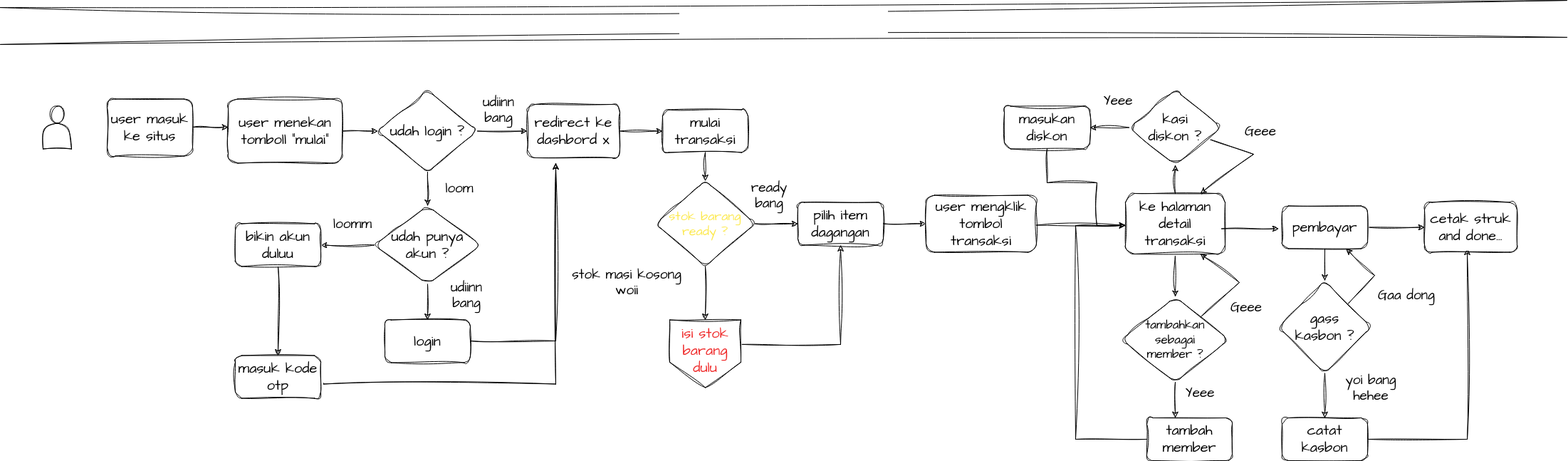
This is Untitled Diagram.drawio.png from Petrichor-Dev/mypos, a draw.io export, as it was before one commit. Source tidied: cells renumbered, new cells last; positions are measured from the earlier drawing's top-left corner, leaving out a move shared by most shapes.
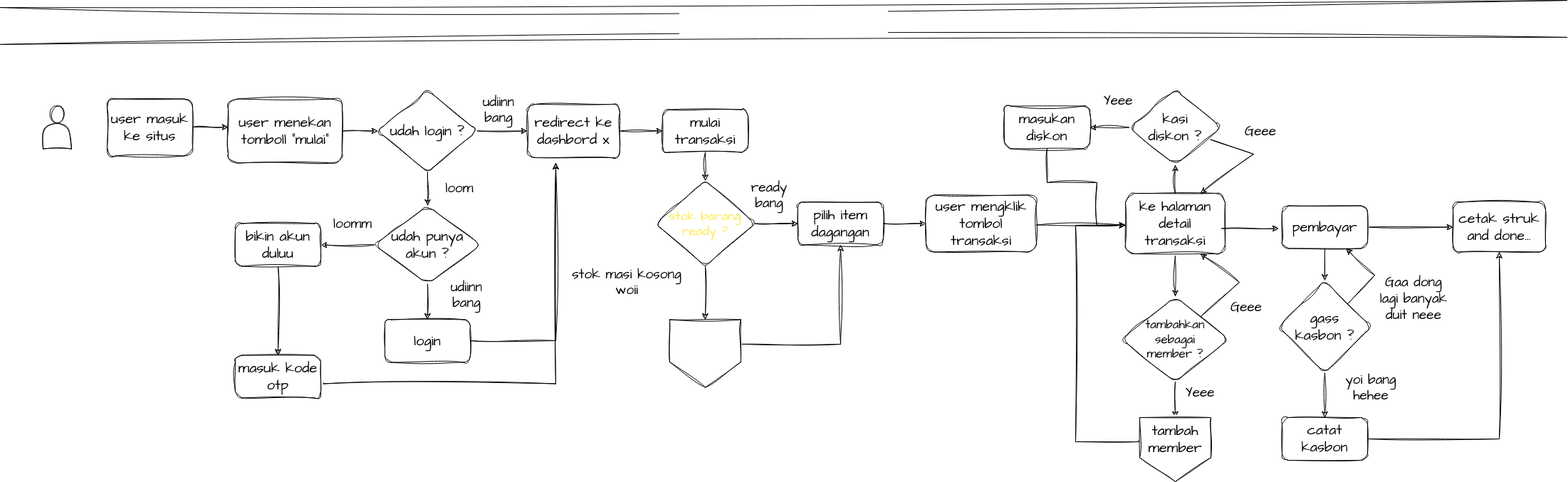
The same diagram one commit later.

What changed in the source:
```diff
@@ -141,10 +141,8 @@
     <mxCell id="41" value="&lt;div&gt;kasi &lt;br&gt;&lt;/div&gt;&lt;div&gt;diskon ?&lt;br&gt;&lt;/div&gt;" style="rhombus;whiteSpace=wrap;html=1;fontSize=20;fontFamily=Architects Daughter;rounded=1;sketch=1;curveFitting=1;jiggle=2;hachureGap=4;fontSource=https%3A%2F%2Ffonts.googleapis.com%2Fcss%3Ffamily%3DArchitects%2BDaughter;spacing=2;labelBackgroundColor=none;" parent="1" vertex="1">
       <mxGeometry x="1585" y="100" width="130" height="105" as="geometry" />
     </mxCell>
-    <mxCell id="42" style="edgeStyle=orthogonalEdgeStyle;rounded=0;sketch=1;hachureGap=4;jiggle=2;curveFitting=1;jettySize=auto;html=1;fontFamily=Architects Daughter;fontSource=https%3A%2F%2Ffonts.googleapis.com%2Fcss%3Ffamily%3DArchitects%2BDaughter;fontSize=17;fontColor=default;labelBackgroundColor=none;" parent="1" edge="1" source="44">
-      <mxGeometry relative="1" as="geometry">
-        <mxPoint x="1650" y="560" as="targetPoint" />
-      </mxGeometry>
+    <mxCell id="42" style="edgeStyle=orthogonalEdgeStyle;rounded=0;sketch=1;hachureGap=4;jiggle=2;curveFitting=1;jettySize=auto;html=1;fontFamily=Architects Daughter;fontSource=https%3A%2F%2Ffonts.googleapis.com%2Fcss%3Ffamily%3DArchitects%2BDaughter;fontSize=17;fontColor=default;labelBackgroundColor=none;entryX=0.5;entryY=0;entryDx=0;entryDy=0;" parent="1" edge="1" source="44" target="54">
+      <mxGeometry relative="1" as="geometry" />
     </mxCell>
     <mxCell id="43" style="edgeStyle=none;rounded=0;sketch=1;hachureGap=4;jiggle=2;curveFitting=1;jettySize=auto;html=1;fontFamily=Architects Daughter;fontSource=https%3A%2F%2Ffonts.googleapis.com%2Fcss%3Ffamily%3DArchitects%2BDaughter;fontSize=16;entryX=0.75;entryY=1;entryDx=0;entryDy=0;" parent="1" edge="1" source="44" target="38">
       <mxGeometry relative="1" as="geometry">
@@ -159,10 +157,8 @@
     <mxCell id="45" style="edgeStyle=orthogonalEdgeStyle;rounded=0;sketch=1;hachureGap=4;jiggle=2;curveFitting=1;jettySize=auto;html=1;fontFamily=Architects Daughter;fontSource=https%3A%2F%2Ffonts.googleapis.com%2Fcss%3Ffamily%3DArchitects%2BDaughter;fontSize=17;fontColor=default;labelBackgroundColor=none;" parent="1" edge="1" source="47" target="57">
       <mxGeometry relative="1" as="geometry" />
     </mxCell>
-    <mxCell id="46" style="edgeStyle=orthogonalEdgeStyle;rounded=0;sketch=1;hachureGap=4;jiggle=2;curveFitting=1;jettySize=auto;html=1;fontFamily=Architects Daughter;fontSource=https%3A%2F%2Ffonts.googleapis.com%2Fcss%3Ffamily%3DArchitects%2BDaughter;fontSize=17;fontColor=default;labelBackgroundColor=none;" parent="1" edge="1" source="47">
-      <mxGeometry relative="1" as="geometry">
-        <mxPoint x="2000" y="292.5" as="targetPoint" />
-      </mxGeometry>
+    <mxCell id="46" style="edgeStyle=orthogonalEdgeStyle;rounded=0;sketch=1;hachureGap=4;jiggle=2;curveFitting=1;jettySize=auto;html=1;fontFamily=Architects Daughter;fontSource=https%3A%2F%2Ffonts.googleapis.com%2Fcss%3Ffamily%3DArchitects%2BDaughter;fontSize=17;fontColor=default;labelBackgroundColor=none;entryX=0;entryY=0.5;entryDx=0;entryDy=0;" parent="1" edge="1" source="47" target="60">
+      <mxGeometry relative="1" as="geometry" />
     </mxCell>
     <mxCell id="47" value="pembayar" style="whiteSpace=wrap;html=1;fontSize=20;fontFamily=Architects Daughter;rounded=1;sketch=1;curveFitting=1;jiggle=2;hachureGap=4;fontSource=https%3A%2F%2Ffonts.googleapis.com%2Fcss%3Ffamily%3DArchitects%2BDaughter;spacing=2;labelBackgroundColor=none;" parent="1" vertex="1">
       <mxGeometry x="1800" y="262.5" width="120" height="60" as="geometry" />
@@ -192,18 +188,15 @@
     <mxCell id="52" value="&lt;font style=&quot;font-size: 19px;&quot;&gt;Yeee&lt;/font&gt;" style="text;strokeColor=none;align=center;fillColor=none;html=1;verticalAlign=middle;whiteSpace=wrap;rounded=0;sketch=1;hachureGap=4;jiggle=2;curveFitting=1;fontFamily=Architects Daughter;fontSource=https%3A%2F%2Ffonts.googleapis.com%2Fcss%3Ffamily%3DArchitects%2BDaughter;fontSize=19;labelBackgroundColor=none;" parent="1" vertex="1">
       <mxGeometry x="1655" y="510" width="60" height="30" as="geometry" />
     </mxCell>
-    <mxCell id="53" style="edgeStyle=orthogonalEdgeStyle;rounded=0;sketch=1;hachureGap=4;jiggle=2;curveFitting=1;jettySize=auto;html=1;fontFamily=Architects Daughter;fontSource=https%3A%2F%2Ffonts.googleapis.com%2Fcss%3Ffamily%3DArchitects%2BDaughter;fontSize=17;fontColor=default;labelBackgroundColor=none;exitX=0;exitY=0.5;exitDx=0;exitDy=0;" parent="1" edge="1" source="54">
+    <mxCell id="53" style="edgeStyle=orthogonalEdgeStyle;rounded=0;sketch=1;hachureGap=4;jiggle=2;curveFitting=1;jettySize=auto;html=1;fontFamily=Architects Daughter;fontSource=https%3A%2F%2Ffonts.googleapis.com%2Fcss%3Ffamily%3DArchitects%2BDaughter;fontSize=17;fontColor=default;labelBackgroundColor=none;exitX=-0.013;exitY=0.362;exitDx=0;exitDy=0;exitPerimeter=0;" parent="1" edge="1" source="54">
       <mxGeometry relative="1" as="geometry">
         <mxPoint x="1580" y="290" as="targetPoint" />
         <Array as="points">
-          <mxPoint x="1510" y="590.5" />
-          <mxPoint x="1510" y="290.5" />
+          <mxPoint x="1510" y="594" />
+          <mxPoint x="1510" y="290" />
         </Array>
       </mxGeometry>
     </mxCell>
-    <mxCell id="54" value="tambah member" style="whiteSpace=wrap;html=1;fontSize=20;fontFamily=Architects Daughter;rounded=1;sketch=1;curveFitting=1;jiggle=2;hachureGap=4;fontSource=https%3A%2F%2Ffonts.googleapis.com%2Fcss%3Ffamily%3DArchitects%2BDaughter;spacing=2;labelBackgroundColor=none;" parent="1" vertex="1">
-      <mxGeometry x="1610" y="560" width="120" height="60" as="geometry" />
-    </mxCell>
     <mxCell id="55" style="edgeStyle=orthogonalEdgeStyle;rounded=0;sketch=1;hachureGap=4;jiggle=2;curveFitting=1;jettySize=auto;html=1;fontFamily=Architects Daughter;fontSource=https%3A%2F%2Ffonts.googleapis.com%2Fcss%3Ffamily%3DArchitects%2BDaughter;fontSize=17;fontColor=default;labelBackgroundColor=none;" parent="1" edge="1" source="57" target="59">
       <mxGeometry relative="1" as="geometry" />
     </mxCell>
@@ -217,16 +210,14 @@
     <mxCell id="57" value="&lt;div&gt;gass&lt;/div&gt;&lt;div&gt;kasbon ?&lt;br&gt;&lt;/div&gt;" style="rhombus;whiteSpace=wrap;html=1;fontSize=20;fontFamily=Architects Daughter;rounded=1;sketch=1;curveFitting=1;jiggle=2;hachureGap=4;fontSource=https%3A%2F%2Ffonts.googleapis.com%2Fcss%3Ffamily%3DArchitects%2BDaughter;spacing=2;labelBackgroundColor=none;" parent="1" vertex="1">
       <mxGeometry x="1795" y="367.5" width="130" height="130" as="geometry" />
     </mxCell>
-    <mxCell id="58" style="edgeStyle=orthogonalEdgeStyle;rounded=0;sketch=1;hachureGap=4;jiggle=2;curveFitting=1;jettySize=auto;html=1;fontFamily=Architects Daughter;fontSource=https%3A%2F%2Ffonts.googleapis.com%2Fcss%3Ffamily%3DArchitects%2BDaughter;fontSize=17;fontColor=default;entryX=0.5;entryY=1;entryDx=0;entryDy=0;labelBackgroundColor=none;" parent="1" edge="1" source="59">
-      <mxGeometry relative="1" as="geometry">
-        <mxPoint x="2060" y="322.5" as="targetPoint" />
-      </mxGeometry>
+    <mxCell id="58" style="edgeStyle=orthogonalEdgeStyle;rounded=0;sketch=1;hachureGap=4;jiggle=2;curveFitting=1;jettySize=auto;html=1;fontFamily=Architects Daughter;fontSource=https%3A%2F%2Ffonts.googleapis.com%2Fcss%3Ffamily%3DArchitects%2BDaughter;fontSize=17;fontColor=default;entryX=0.5;entryY=1;entryDx=0;entryDy=0;labelBackgroundColor=none;" parent="1" edge="1" source="59" target="60">
+      <mxGeometry relative="1" as="geometry" />
     </mxCell>
     <mxCell id="59" value="catat kasbon" style="whiteSpace=wrap;html=1;fontSize=20;fontFamily=Architects Daughter;rounded=1;sketch=1;curveFitting=1;jiggle=2;hachureGap=4;fontSource=https%3A%2F%2Ffonts.googleapis.com%2Fcss%3Ffamily%3DArchitects%2BDaughter;spacing=2;labelBackgroundColor=none;" parent="1" vertex="1">
       <mxGeometry x="1800" y="560" width="120" height="60" as="geometry" />
     </mxCell>
     <mxCell id="60" value="&lt;div&gt;cetak struk &lt;br&gt;&lt;/div&gt;&lt;div&gt;and done...&lt;br&gt;&lt;/div&gt;" style="whiteSpace=wrap;html=1;fontSize=20;fontFamily=Architects Daughter;rounded=1;sketch=1;curveFitting=1;jiggle=2;hachureGap=4;fontSource=https%3A%2F%2Ffonts.googleapis.com%2Fcss%3Ffamily%3DArchitects%2BDaughter;spacing=2;labelBackgroundColor=none;" parent="1" vertex="1">
-      <mxGeometry x="2000" y="257.5" width="130" height="70" as="geometry" />
+      <mxGeometry x="2040" y="257.5" width="130" height="70" as="geometry" />
     </mxCell>
     <mxCell id="61" value="&lt;font style=&quot;font-size: 19px;&quot;&gt;yoi bang&lt;/font&gt; hehee " style="text;strokeColor=none;align=center;fillColor=none;html=1;verticalAlign=middle;whiteSpace=wrap;rounded=0;sketch=1;hachureGap=4;jiggle=2;curveFitting=1;fontFamily=Architects Daughter;fontSource=https%3A%2F%2Ffonts.googleapis.com%2Fcss%3Ffamily%3DArchitects%2BDaughter;fontSize=19;labelBackgroundColor=none;" parent="1" vertex="1">
       <mxGeometry x="1870" y="497.5" width="110" height="40" as="geometry" />
@@ -252,7 +243,7 @@
     <mxCell id="66" style="shape=actor;whiteSpace=wrap;html=1;sketch=1;hachureGap=4;jiggle=2;curveFitting=1;fontFamily=Architects Daughter;fontSource=https%3A%2F%2Ffonts.googleapis.com%2Fcss%3Ffamily%3DArchitects%2BDaughter;fontSize=20;" parent="1" vertex="1">
       <mxGeometry x="60" y="122.5" width="40" height="60" as="geometry" />
     </mxCell>
-    <mxCell id="67" value="&lt;font color=&quot;#ef2929&quot;&gt;isi stok barang dulu&lt;/font&gt;" style="shape=offPageConnector;whiteSpace=wrap;html=1;sketch=1;hachureGap=4;jiggle=2;curveFitting=1;fontFamily=Architects Daughter;fontSource=https%3A%2F%2Ffonts.googleapis.com%2Fcss%3Ffamily%3DArchitects%2BDaughter;fontSize=20;verticalAlign=top;" parent="1" vertex="1">
+    <mxCell id="67" value="&lt;font color=&quot;#ffffff&quot;&gt;isi stok barang dulu&lt;/font&gt;" style="shape=offPageConnector;whiteSpace=wrap;html=1;sketch=1;hachureGap=4;jiggle=2;curveFitting=1;fontFamily=Architects Daughter;fontSource=https%3A%2F%2Ffonts.googleapis.com%2Fcss%3Ffamily%3DArchitects%2BDaughter;fontSize=20;verticalAlign=top;" parent="1" vertex="1">
       <mxGeometry x="940" y="422.5" width="100" height="95" as="geometry" />
     </mxCell>
     <mxCell id="68" value="Geee" style="text;strokeColor=none;align=center;fillColor=none;html=1;verticalAlign=middle;whiteSpace=wrap;rounded=0;sketch=1;hachureGap=4;jiggle=2;curveFitting=1;fontFamily=Architects Daughter;fontSource=https%3A%2F%2Ffonts.googleapis.com%2Fcss%3Ffamily%3DArchitects%2BDaughter;fontSize=19;labelBackgroundColor=none;" parent="1" vertex="1">
@@ -261,8 +252,11 @@
     <mxCell id="69" value="Geee" style="text;strokeColor=none;align=center;fillColor=none;html=1;verticalAlign=middle;whiteSpace=wrap;rounded=0;sketch=1;hachureGap=4;jiggle=2;curveFitting=1;fontFamily=Architects Daughter;fontSource=https%3A%2F%2Ffonts.googleapis.com%2Fcss%3Ffamily%3DArchitects%2BDaughter;fontSize=19;labelBackgroundColor=none;" parent="1" vertex="1">
       <mxGeometry x="1740" y="142.5" width="60" height="30" as="geometry" />
     </mxCell>
-    <mxCell id="70" value="Gaa dong" style="text;strokeColor=none;align=center;fillColor=none;html=1;verticalAlign=middle;whiteSpace=wrap;rounded=0;sketch=1;hachureGap=4;jiggle=2;curveFitting=1;fontFamily=Architects Daughter;fontSource=https%3A%2F%2Ffonts.googleapis.com%2Fcss%3Ffamily%3DArchitects%2BDaughter;fontSize=19;labelBackgroundColor=none;" parent="1" vertex="1">
-      <mxGeometry x="1920" y="367.5" width="110" height="40" as="geometry" />
+    <mxCell id="70" value="&lt;div&gt;Gaa dong&lt;/div&gt;&lt;div&gt;lagi banyak duit neee&lt;br&gt;&lt;/div&gt;" style="text;strokeColor=none;align=center;fillColor=none;html=1;verticalAlign=middle;whiteSpace=wrap;rounded=0;sketch=1;hachureGap=4;jiggle=2;curveFitting=1;fontFamily=Architects Daughter;fontSource=https%3A%2F%2Ffonts.googleapis.com%2Fcss%3Ffamily%3DArchitects%2BDaughter;fontSize=19;labelBackgroundColor=none;" parent="1" vertex="1">
+      <mxGeometry x="1930" y="372.5" width="110" height="40" as="geometry" />
     </mxCell>
+    <mxCell id="54" value="tambah member" style="shape=offPageConnector;whiteSpace=wrap;html=1;sketch=1;hachureGap=4;jiggle=2;curveFitting=1;fontFamily=Architects Daughter;fontSource=https%3A%2F%2Ffonts.googleapis.com%2Fcss%3Ffamily%3DArchitects%2BDaughter;fontSize=20;verticalAlign=top;" parent="1" vertex="1">
+      <mxGeometry x="1600" y="560" width="100" height="90" as="geometry" />
+    </mxCell>
   </root>
 </mxGraphModel>
```
